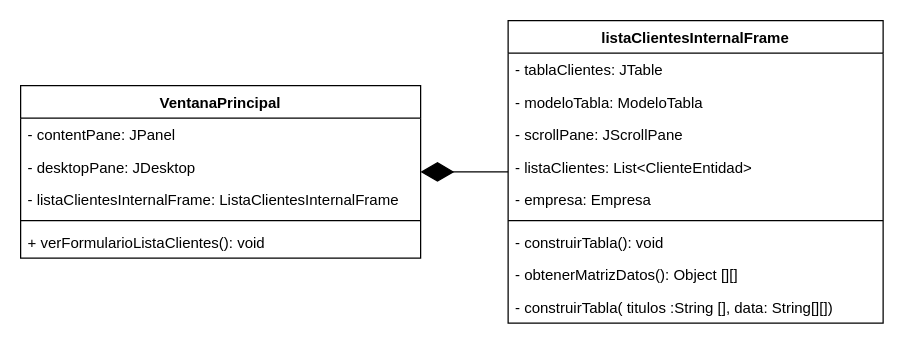
Above: src/uml/vista.drawio in lea260/Clase22n (draw.io), before the change. Source tidied: cells renumbered, new cells numbered last; positions are measured from the earlier drawing's top-left corner, leaving out a move shared by most shapes. Both pictures are drawn from the tidied source at 125%, with x=0, y=0 at pixel (20, 20).
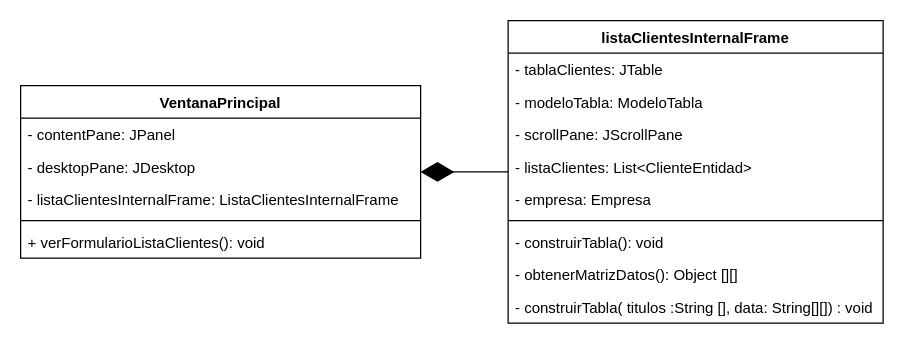
After the change.

Diff of the diagram source:
```diff
@@
 <mxGraphModel>
   <root>
     <mxCell id="0" />
     <mxCell id="1" parent="0" />
     <mxCell id="2" value="VentanaPrincipal" style="swimlane;fontStyle=1;align=center;verticalAlign=top;horizontal=1;startSize=26;" parent="1" vertex="1">
       <mxGeometry y="52" width="320" height="138" as="geometry" />
     </mxCell>
     <mxCell id="3" value="- contentPane: JPanel" style="text;strokeColor=none;fillColor=none;align=left;verticalAlign=top;spacingLeft=4;spacingRight=4;overflow=hidden;" parent="2" vertex="1">
       <mxGeometry y="26" width="320" height="26" as="geometry" />
     </mxCell>
     <mxCell id="4" value="- desktopPane: JDesktop" style="text;strokeColor=none;fillColor=none;align=left;verticalAlign=top;spacingLeft=4;spacingRight=4;overflow=hidden;" parent="2" vertex="1">
       <mxGeometry y="52" width="320" height="26" as="geometry" />
     </mxCell>
     <mxCell id="5" value="- listaClientesInternalFrame: ListaClientesInternalFrame" style="text;strokeColor=none;fillColor=none;align=left;verticalAlign=top;spacingLeft=4;spacingRight=4;overflow=hidden;" parent="2" vertex="1">
       <mxGeometry y="78" width="320" height="26" as="geometry" />
     </mxCell>
     <mxCell id="6" style="line;strokeWidth=1;fillColor=none;align=left;verticalAlign=middle;spacingTop=-1;spacingLeft=3;spacingRight=3;labelPosition=right;" parent="2" vertex="1">
       <mxGeometry y="104" width="320" height="8" as="geometry" />
     </mxCell>
     <mxCell id="7" value="+ verFormularioListaClientes(): void" style="text;strokeColor=none;fillColor=none;align=left;verticalAlign=top;spacingLeft=4;spacingRight=4;overflow=hidden;" parent="2" vertex="1">
       <mxGeometry y="112" width="320" height="26" as="geometry" />
     </mxCell>
     <mxCell id="8" value="listaClientesInternalFrame" style="swimlane;fontStyle=1;align=center;verticalAlign=top;horizontal=1;startSize=26;" parent="1" vertex="1">
       <mxGeometry x="390" width="300" height="242" as="geometry" />
     </mxCell>
     <mxCell id="9" value="- tablaClientes: JTable" style="text;strokeColor=none;fillColor=none;align=left;verticalAlign=top;spacingLeft=4;spacingRight=4;overflow=hidden;" parent="8" vertex="1">
       <mxGeometry y="26" width="300" height="26" as="geometry" />
     </mxCell>
     <mxCell id="10" value="- modeloTabla: ModeloTabla" style="text;strokeColor=none;fillColor=none;align=left;verticalAlign=top;spacingLeft=4;spacingRight=4;overflow=hidden;" parent="8" vertex="1">
       <mxGeometry y="52" width="300" height="26" as="geometry" />
     </mxCell>
     <mxCell id="11" value="- scrollPane: JScrollPane" style="text;strokeColor=none;fillColor=none;align=left;verticalAlign=top;spacingLeft=4;spacingRight=4;overflow=hidden;" parent="8" vertex="1">
       <mxGeometry y="78" width="300" height="26" as="geometry" />
     </mxCell>
     <mxCell id="12" value="- listaClientes: List&lt;ClienteEntidad&gt;" style="text;strokeColor=none;fillColor=none;align=left;verticalAlign=top;spacingLeft=4;spacingRight=4;overflow=hidden;" parent="8" vertex="1">
       <mxGeometry y="104" width="300" height="26" as="geometry" />
     </mxCell>
     <mxCell id="13" value="- empresa: Empresa" style="text;strokeColor=none;fillColor=none;align=left;verticalAlign=top;spacingLeft=4;spacingRight=4;overflow=hidden;" parent="8" vertex="1">
       <mxGeometry y="130" width="300" height="26" as="geometry" />
     </mxCell>
     <mxCell id="14" style="line;strokeWidth=1;fillColor=none;align=left;verticalAlign=middle;spacingTop=-1;spacingLeft=3;spacingRight=3;labelPosition=right;" parent="8" vertex="1">
       <mxGeometry y="156" width="300" height="8" as="geometry" />
     </mxCell>
     <mxCell id="15" value="- construirTabla(): void" style="text;strokeColor=none;fillColor=none;align=left;verticalAlign=top;spacingLeft=4;spacingRight=4;overflow=hidden;" parent="8" vertex="1">
       <mxGeometry y="164" width="300" height="26" as="geometry" />
     </mxCell>
     <mxCell id="16" value="- obtenerMatrizDatos(): Object [][]" style="text;strokeColor=none;fillColor=none;align=left;verticalAlign=top;spacingLeft=4;spacingRight=4;overflow=hidden;" parent="8" vertex="1">
       <mxGeometry y="190" width="300" height="26" as="geometry" />
     </mxCell>
-    <mxCell id="17" value="- construirTabla( titulos :String [], data: String[][])" style="text;strokeColor=none;fillColor=none;align=left;verticalAlign=top;spacingLeft=4;spacingRight=4;overflow=hidden;" parent="8" vertex="1">
+    <mxCell id="17" value="- construirTabla( titulos :String [], data: String[][]) : void" style="text;strokeColor=none;fillColor=none;align=left;verticalAlign=top;spacingLeft=4;spacingRight=4;overflow=hidden;" parent="8" vertex="1">
       <mxGeometry y="216" width="300" height="26" as="geometry" />
     </mxCell>
     <mxCell id="18" style="endArrow=diamondThin;endFill=1;endSize=24;html=1;" parent="1" edge="1" source="8" target="2">
       <mxGeometry relative="1" as="geometry" />
     </mxCell>
   </root>
 </mxGraphModel>
```
